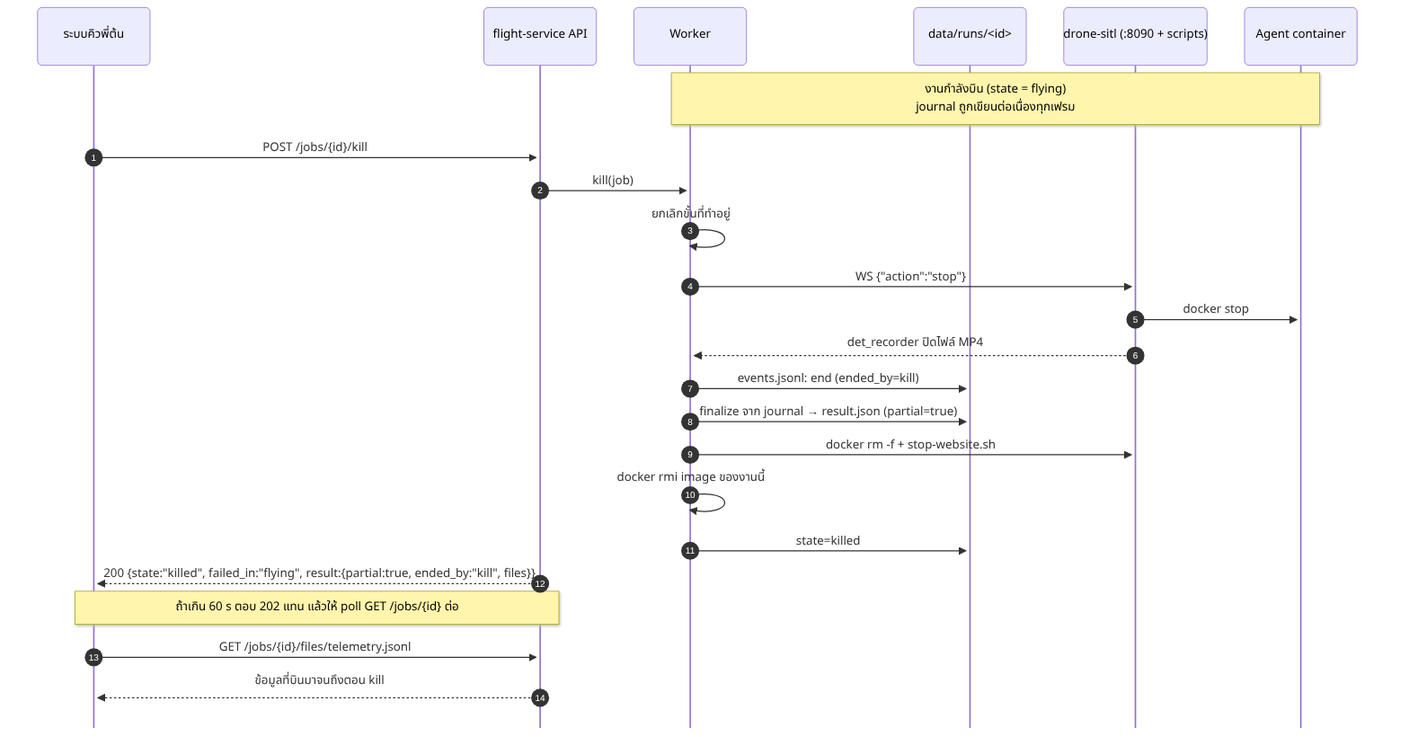
PerkiePai/flight-service keeps this Mermaid diagram as docs/diagrams/03-kill.png. Above is the earlier version. Its source is kept beside it as docs/diagrams/03-kill.mmd.
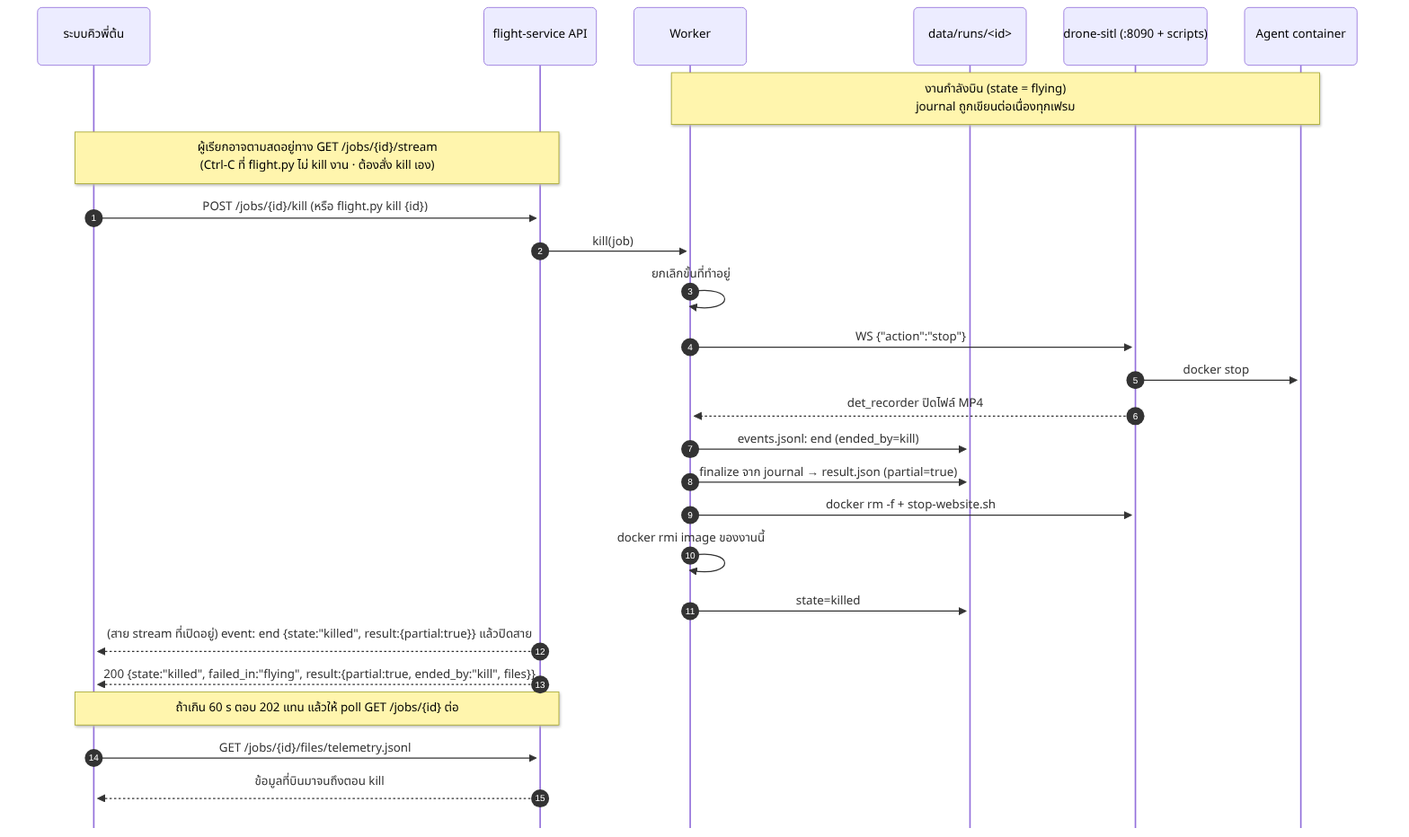
The same diagram one commit later.

The edit, as a diff of the source:
```diff
@@ -8,7 +8,8 @@
     participant AG as Agent container
 
     Note over W,AG: งานกำลังบิน (state = flying)<br/>journal ถูกเขียนต่อเนื่องทุกเฟรม
-    PT->>API: POST /jobs/{id}/kill
+    Note over PT,API: ผู้เรียกอาจตามสดอยู่ทาง GET /jobs/{id}/stream<br/>(Ctrl-C ที่ flight.py ไม่ kill งาน · ต้องสั่ง kill เอง)
+    PT->>API: POST /jobs/{id}/kill (หรือ flight.py kill {id})
     API->>W: kill(job)
     W->>W: ยกเลิกขั้นที่ทำอยู่
     W->>DS: WS {"action":"stop"}
@@ -19,6 +20,7 @@
     W->>DS: docker rm -f + stop-website.sh
     W->>W: docker rmi image ของงานนี้
     W->>FS: state=killed
+    API-->>PT: (สาย stream ที่เปิดอยู่) event: end {state:"killed", result:{partial:true}} แล้วปิดสาย
     API-->>PT: 200 {state:"killed", failed_in:"flying", result:{partial:true, ended_by:"kill", files}}
     Note over PT,API: ถ้าเกิน 60 s ตอบ 202 แทน แล้วให้ poll GET /jobs/{id} ต่อ
     PT->>API: GET /jobs/{id}/files/telemetry.jsonl
```
